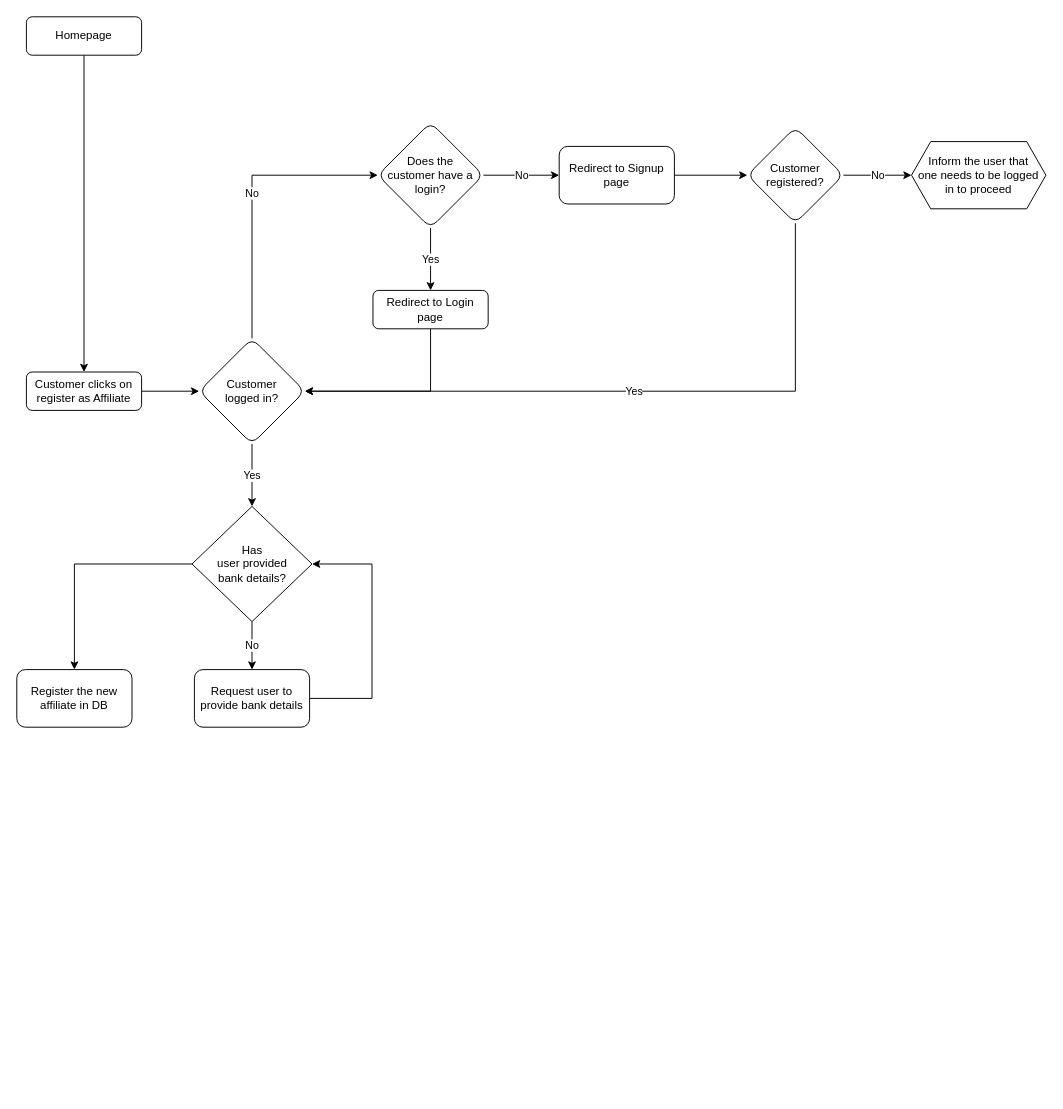
Earlier version of the draw.io diagram page "Affiliate registration" (3 of 6) of myt-page-workflow.drawio (Emmaroeneyoh/urgent-myt). Source tidied: cells renumbered, new cells numbered last; positions are measured from the earlier drawing's top-left corner, leaving out a move shared by most shapes. Both pictures are drawn from the tidied source at 96%, with x=0, y=0 at pixel (16, 16).
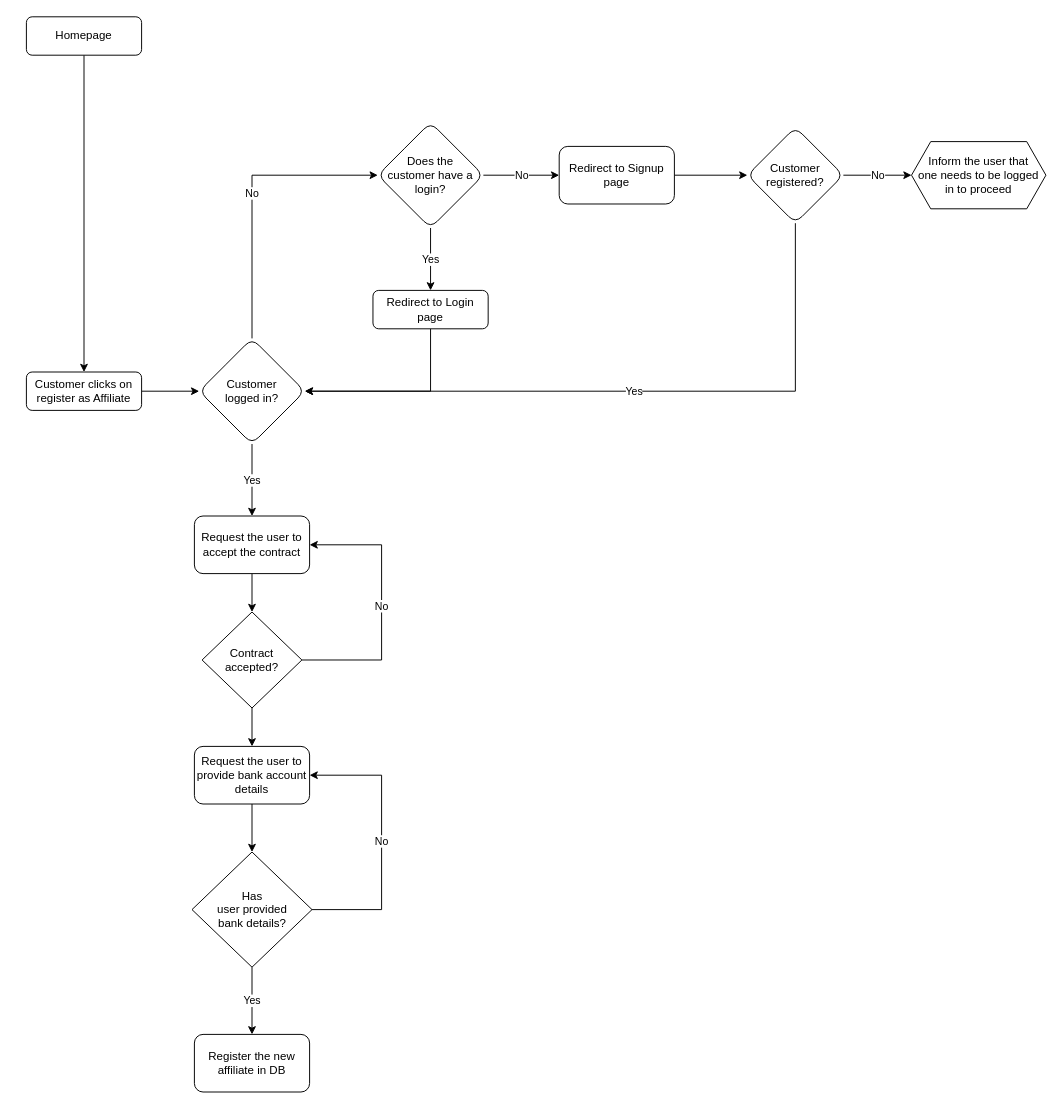
Above is the later version.

The change refers to these unchanged cells:
```xml
<mxCell id="8" value="Customer&lt;br&gt;logged in?" style="rhombus;whiteSpace=wrap;html=1;rounded=1;" parent="1" vertex="1">
  <mxGeometry x="190" y="335" width="110" height="110" as="geometry" />
</mxCell>
```

The edit, as a diff of the source:
```diff
@@
-    <mxCell id="7" value="Yes" style="edgeStyle=orthogonalEdgeStyle;rounded=0;jettySize=auto;html=1;entryX=0.5;entryY=0;entryDx=0;entryDy=0;" parent="1" edge="1" source="8" target="22">
+    <mxCell id="7" value="Yes" style="edgeStyle=orthogonalEdgeStyle;rounded=0;jettySize=auto;html=1;entryX=0.5;entryY=0;entryDx=0;entryDy=0;" parent="1" edge="1" source="8" target="28">
       <mxGeometry relative="1" as="geometry" />
     </mxCell>
@@
-    <mxCell id="20" value="No" style="edgeStyle=orthogonalEdgeStyle;rounded=0;jettySize=auto;html=1;" parent="1" edge="1" source="22" target="24">
-      <mxGeometry relative="1" as="geometry" />
-    </mxCell>
-    <mxCell id="21" style="edgeStyle=orthogonalEdgeStyle;rounded=0;jettySize=auto;html=1;entryX=0.5;entryY=0;entryDx=0;entryDy=0;" parent="1" edge="1" source="22" target="25">
+    <mxCell id="21" value="Yes" style="edgeStyle=orthogonalEdgeStyle;rounded=0;jettySize=auto;html=1;entryX=0.5;entryY=0;entryDx=0;entryDy=0;" parent="1" edge="1" source="22" target="25">
       <mxGeometry relative="1" as="geometry" />
     </mxCell>
+    <mxCell id="26" value="No" style="edgeStyle=orthogonalEdgeStyle;rounded=0;jettySize=auto;html=1;entryX=1;entryY=0.5;entryDx=0;entryDy=0;exitX=1;exitY=0.5;exitDx=0;exitDy=0;" parent="1" edge="1" source="22" target="33">
+      <mxGeometry relative="1" as="geometry">
+        <Array as="points">
+          <mxPoint x="380" y="930" />
+          <mxPoint x="380" y="790" />
+        </Array>
+      </mxGeometry>
+    </mxCell>
     <mxCell id="22" value="Has&lt;br&gt;user provided&lt;br&gt;bank details?" style="rhombus;whiteSpace=wrap;html=1;" parent="1" vertex="1">
-      <mxGeometry x="182.5" y="510" width="125" height="120" as="geometry" />
+      <mxGeometry x="182.5" y="870" width="125" height="120" as="geometry" />
     </mxCell>
-    <mxCell id="23" style="edgeStyle=orthogonalEdgeStyle;rounded=0;jettySize=auto;html=1;entryX=1;entryY=0.5;entryDx=0;entryDy=0;exitX=1;exitY=0.5;exitDx=0;exitDy=0;" parent="1" edge="1" source="24" target="22">
-      <mxGeometry relative="1" as="geometry">
-        <Array as="points">
-          <mxPoint x="370" y="710" />
-          <mxPoint x="370" y="570" />
-        </Array>
-      </mxGeometry>
-    </mxCell>
-    <mxCell id="24" value="Request user to provide bank details" style="rounded=1;whiteSpace=wrap;html=1;" parent="1" vertex="1">
-      <mxGeometry x="185" y="680" width="120" height="60" as="geometry" />
-    </mxCell>
     <mxCell id="25" value="Register the new affiliate in DB" style="rounded=1;whiteSpace=wrap;html=1;" parent="1" vertex="1">
-      <mxGeometry y="680" width="120" height="60" as="geometry" />
+      <mxGeometry x="185" y="1060" width="120" height="60" as="geometry" />
     </mxCell>
+    <mxCell id="27" style="edgeStyle=orthogonalEdgeStyle;rounded=0;jettySize=auto;html=1;" parent="1" edge="1" source="28" target="31">
+      <mxGeometry relative="1" as="geometry" />
+    </mxCell>
+    <mxCell id="28" value="Request the user to accept the contract" style="rounded=1;whiteSpace=wrap;html=1;" parent="1" vertex="1">
+      <mxGeometry x="185" y="520" width="120" height="60" as="geometry" />
+    </mxCell>
+    <mxCell id="29" value="No" style="edgeStyle=orthogonalEdgeStyle;rounded=0;jettySize=auto;html=1;entryX=1;entryY=0.5;entryDx=0;entryDy=0;exitX=1;exitY=0.5;exitDx=0;exitDy=0;" parent="1" edge="1" source="31" target="28">
+      <mxGeometry relative="1" as="geometry">
+        <Array as="points">
+          <mxPoint x="380" y="670" />
+          <mxPoint x="380" y="550" />
+        </Array>
+      </mxGeometry>
+    </mxCell>
+    <mxCell id="30" style="edgeStyle=orthogonalEdgeStyle;rounded=0;jettySize=auto;html=1;entryX=0.5;entryY=0;entryDx=0;entryDy=0;" parent="1" edge="1" source="31" target="33">
+      <mxGeometry relative="1" as="geometry" />
+    </mxCell>
+    <mxCell id="31" value="Contract accepted?" style="rhombus;whiteSpace=wrap;html=1;" parent="1" vertex="1">
+      <mxGeometry x="193" y="620" width="104" height="100" as="geometry" />
+    </mxCell>
+    <mxCell id="32" style="edgeStyle=orthogonalEdgeStyle;rounded=0;jettySize=auto;html=1;entryX=0.5;entryY=0;entryDx=0;entryDy=0;" parent="1" edge="1" source="33" target="22">
+      <mxGeometry relative="1" as="geometry" />
+    </mxCell>
+    <mxCell id="33" value="Request the user to provide bank account details" style="rounded=1;whiteSpace=wrap;html=1;" parent="1" vertex="1">
+      <mxGeometry x="185" y="760" width="120" height="60" as="geometry" />
+    </mxCell>
```
